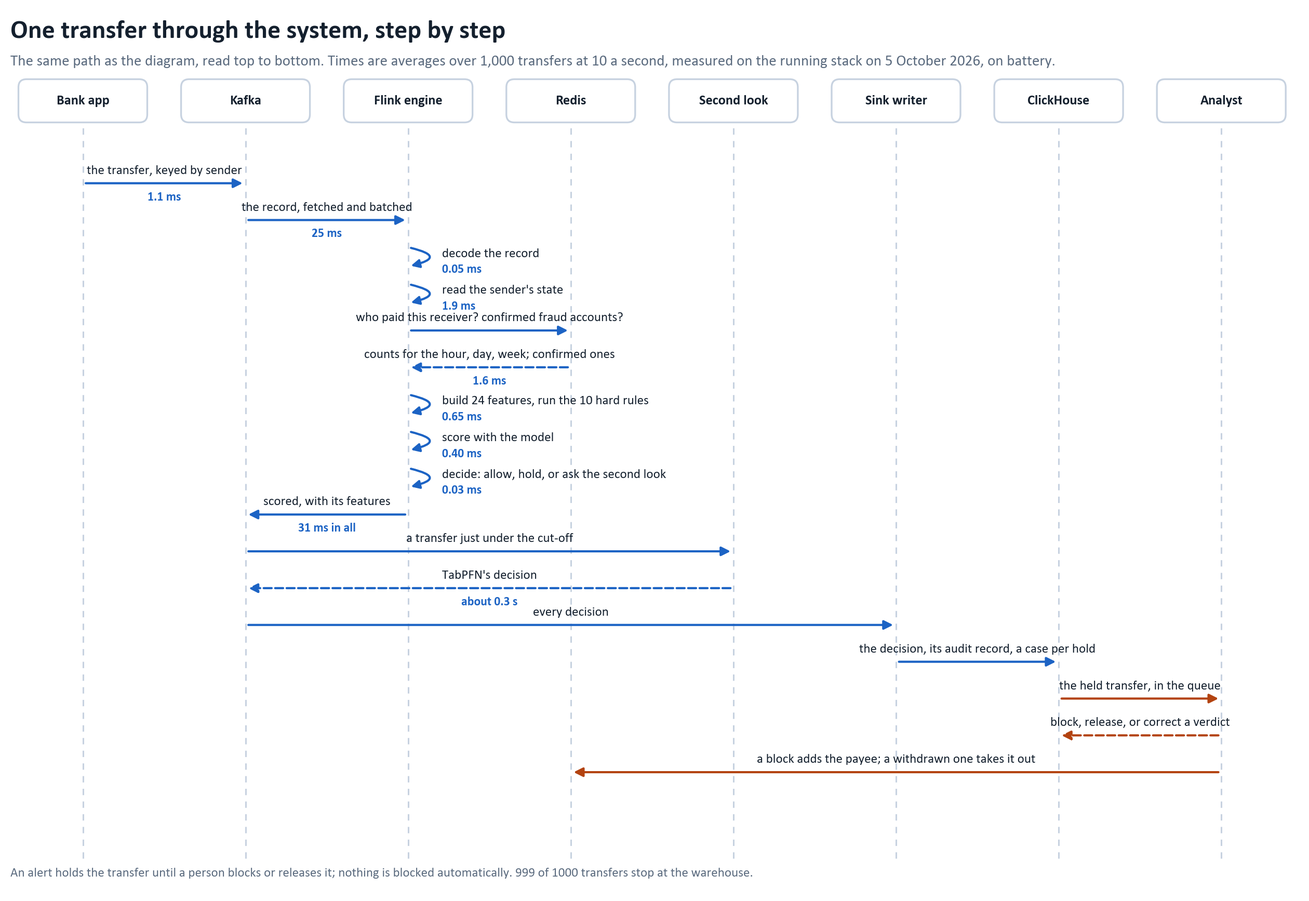
Above: docs/pipeline_sequence.png in avazahmedov95/fraud-detection (Mermaid), before the change. Its source is kept beside it as docs/pipeline_sequence.mmd.
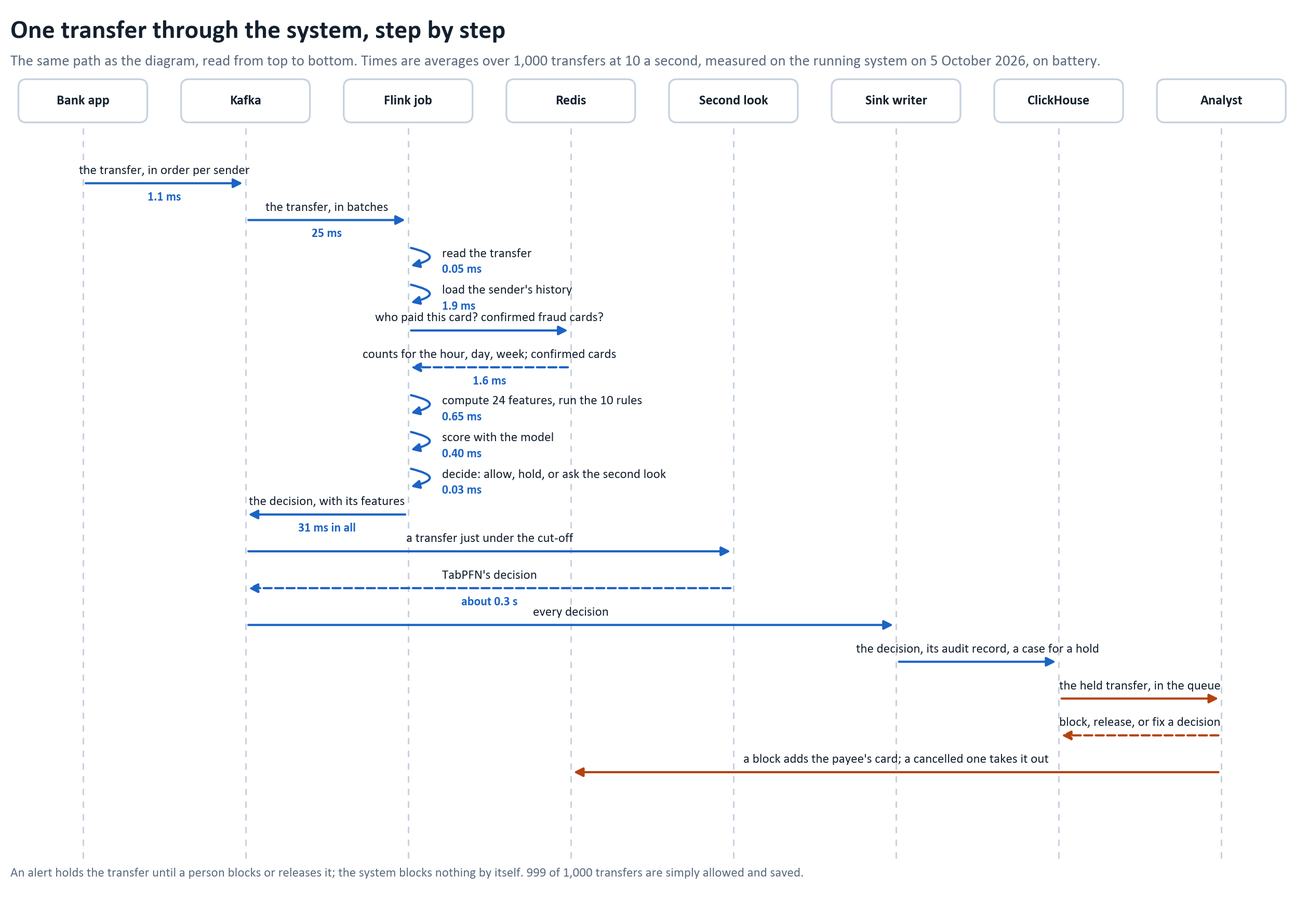
After the change.

Diff of the diagram source:
```diff
@@ -3,7 +3,7 @@
     actor Customer
     participant App as Bank app
     participant Kafka as Kafka
-    participant Flink as Flink engine
+    participant Flink as Flink job
     participant Redis as Redis
     participant Second as Second look
     participant Sink as Sink writer
@@ -11,20 +11,20 @@
     actor Analyst
 
     Customer->>App: confirms a transfer
-    App->>Kafka: transactions.raw, keyed by sender (1.1 ms)
-    Kafka->>Flink: the record, fetched and batched (25 ms)
-    Flink->>Flink: decode (0.05 ms)
-    Flink->>Flink: read this sender's state (1.9 ms)
-    Flink->>Redis: how many people paid this receiver? any confirmed fraud accounts?
-    Redis-->>Flink: counts for the hour, day and week, and the confirmed ones (1.6 ms)
-    Flink->>Flink: build 24 features, run the 10 hard rules (0.65 ms)
+    App->>Kafka: transactions.raw, in order per sender (1.1 ms)
+    Kafka->>Flink: the transfer, in batches (25 ms)
+    Flink->>Flink: read the transfer (0.05 ms)
+    Flink->>Flink: load this sender's history (1.9 ms)
+    Flink->>Redis: how many people paid this card? any confirmed fraud cards?
+    Redis-->>Flink: counts for the hour, day and week, and the confirmed cards (1.6 ms)
+    Flink->>Flink: compute 24 features, run the 10 rules (0.65 ms)
     Flink->>Flink: score with the model (0.40 ms)
     Flink->>Flink: decide: allow, hold, or ask the second look (0.03 ms)
-    Flink->>Kafka: transactions.scored, with the features (31 ms in all)
+    Flink->>Kafka: transactions.scored, the decision with its features (31 ms in all)
     Kafka->>Second: fraud.second_look, a transfer just under the cut-off
     Second->>Kafka: TabPFN's decision, about 0.3 s later
     Kafka->>Sink: every decision
-    Sink->>DB: the decision, its audit record and, for a hold, a case with its reason in words
-    DB->>Analyst: the held transfer appears in the queue (demo or CLI)
-    Analyst->>DB: block it or release it, or correct an earlier verdict
-    Analyst->>Redis: a block adds the payee to the confirmed fraud accounts; a withdrawn one takes it out
+    Sink->>DB: the decision, its audit record and, for a hold, a case with its reasons in words
+    DB->>Analyst: the held transfer appears in the queue (demo page or command line)
+    Analyst->>DB: block or release it, or fix an earlier decision
+    Analyst->>Redis: a block puts the payee's card into the confirmed fraud cards; a cancelled one takes it out
```
